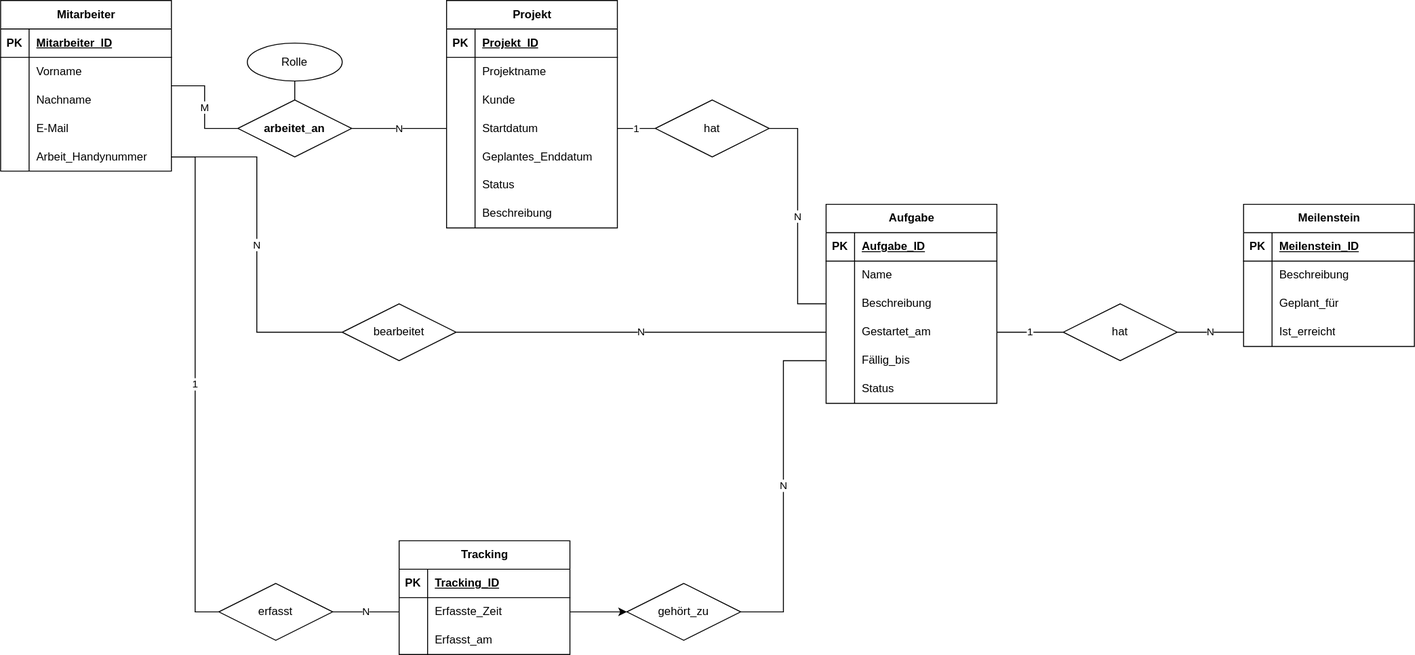
Earlier version of the draw.io export tracking_database_erm.drawio.svg (M1ndflayer/project_tracking_software). Source tidied: cells renumbered, new cells last; positions are measured from the earlier drawing's top-left corner, leaving out a move shared by most shapes.
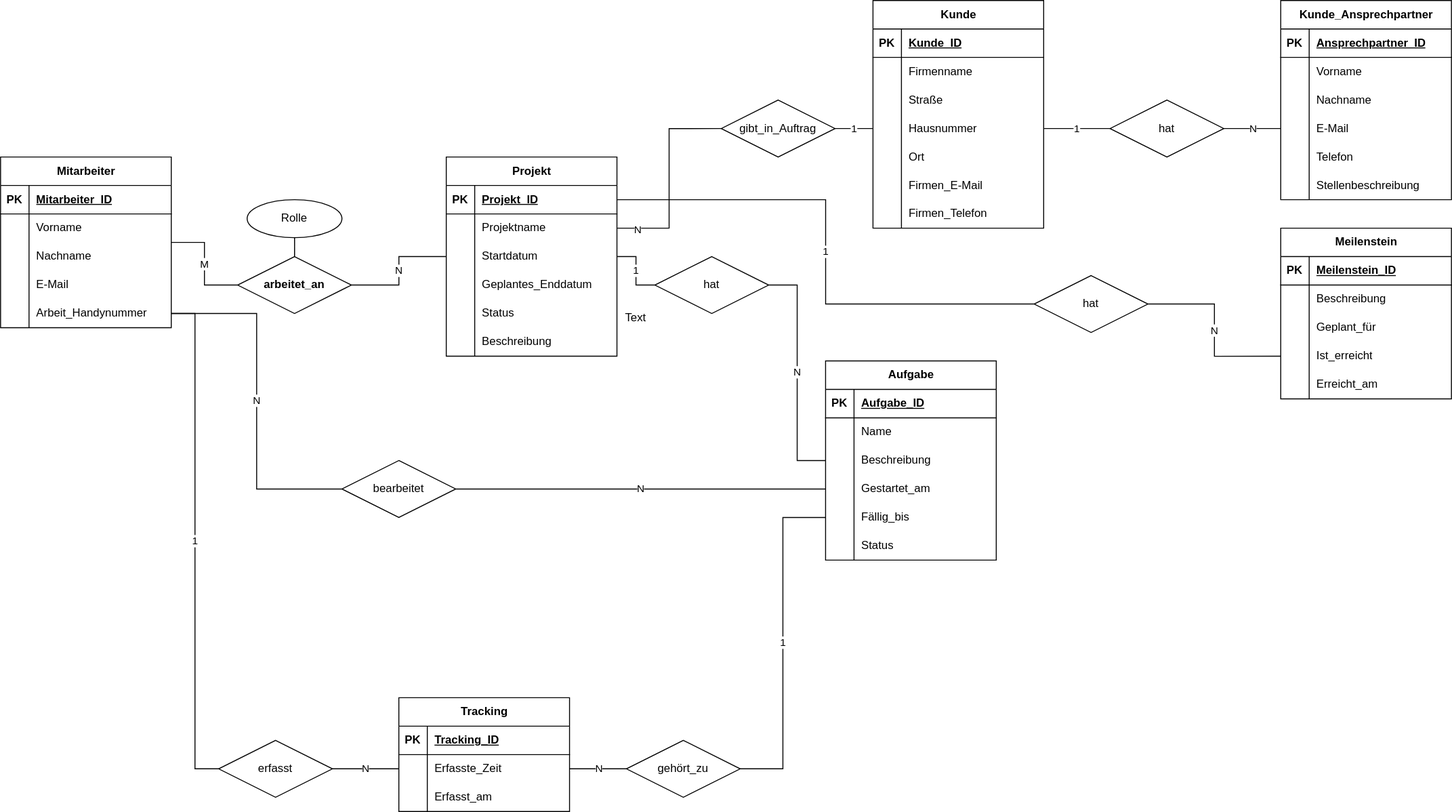
Later version of the same file.

What changed in the source:
```diff
@@ -5,3 +5,3 @@
     <mxCell id="2" value="Projekt" style="shape=table;startSize=30;rowLines=0;fontStyle=1;align=center;html=1;" parent="1" vertex="1">
-      <mxGeometry x="470" width="180" height="240" as="geometry" />
+      <mxGeometry x="470" width="180" height="210" as="geometry" />
     </mxCell>
@@ -25,13 +25,4 @@
     </mxCell>
-    <mxCell id="9" style="shape=tableRow;horizontal=0;startSize=0;swimlaneHead=0;swimlaneBody=0;fillColor=none;top=0;left=0;right=0;bottom=0;" parent="2" vertex="1">
-      <mxGeometry y="90" width="180" height="30" as="geometry" />
-    </mxCell>
-    <mxCell id="10" style="shape=partialRectangle;fillColor=none;top=0;left=0;bottom=0;right=0;overflow=hidden;whiteSpace=wrap;html=1;" parent="9" vertex="1">
-      <mxGeometry width="30" height="30" as="geometry" />
-    </mxCell>
-    <mxCell id="11" value="Kunde" style="shape=partialRectangle;fillColor=none;top=0;left=0;bottom=0;right=0;align=left;spacingLeft=6;overflow=hidden;whiteSpace=wrap;html=1;" parent="9" vertex="1">
-      <mxGeometry x="30" width="150" height="30" as="geometry" />
-    </mxCell>
     <mxCell id="12" style="shape=tableRow;horizontal=0;startSize=0;swimlaneHead=0;swimlaneBody=0;fillColor=none;points=[[0,0.5],[1,0.5]];portConstraint=eastwest;top=0;left=0;right=0;bottom=0;" parent="2" vertex="1">
-      <mxGeometry y="120" width="180" height="30" as="geometry" />
+      <mxGeometry y="90" width="180" height="30" as="geometry" />
     </mxCell>
@@ -44,3 +35,3 @@
     <mxCell id="15" style="shape=tableRow;horizontal=0;startSize=0;swimlaneHead=0;swimlaneBody=0;fillColor=none;top=0;left=0;right=0;bottom=0;" parent="2" vertex="1">
-      <mxGeometry y="150" width="180" height="30" as="geometry" />
+      <mxGeometry y="120" width="180" height="30" as="geometry" />
     </mxCell>
@@ -53,3 +44,3 @@
     <mxCell id="18" style="shape=tableRow;horizontal=0;startSize=0;swimlaneHead=0;swimlaneBody=0;fillColor=none;top=0;left=0;right=0;bottom=0;" parent="2" vertex="1">
-      <mxGeometry y="180" width="180" height="30" as="geometry" />
+      <mxGeometry y="150" width="180" height="30" as="geometry" />
     </mxCell>
@@ -62,3 +53,3 @@
     <mxCell id="21" style="shape=tableRow;horizontal=0;startSize=0;swimlaneHead=0;swimlaneBody=0;fillColor=none;top=0;left=0;right=0;bottom=0;" parent="2" vertex="1">
-      <mxGeometry y="210" width="180" height="30" as="geometry" />
+      <mxGeometry y="180" width="180" height="30" as="geometry" />
     </mxCell>
@@ -179,3 +170,3 @@
     <mxCell id="60" value="Meilenstein" style="shape=table;startSize=30;rowLines=0;fontStyle=1;align=center;html=1;" parent="1" vertex="1">
-      <mxGeometry x="1310" y="215" width="180" height="150" as="geometry" />
+      <mxGeometry x="1350" y="75" width="180" height="180" as="geometry" />
     </mxCell>
@@ -217,2 +208,11 @@
     </mxCell>
+    <mxCell id="105" style="shape=tableRow;horizontal=0;startSize=0;swimlaneHead=0;swimlaneBody=0;fillColor=none;top=0;left=0;right=0;bottom=0;" parent="60" vertex="1">
+      <mxGeometry y="150" width="180" height="30" as="geometry" />
+    </mxCell>
+    <mxCell id="106" style="shape=partialRectangle;fillColor=none;top=0;left=0;bottom=0;right=0;overflow=hidden;whiteSpace=wrap;html=1;" parent="105" vertex="1">
+      <mxGeometry width="30" height="30" as="geometry" />
+    </mxCell>
+    <mxCell id="107" value="Erreicht_am" style="shape=partialRectangle;fillColor=none;top=0;left=0;bottom=0;right=0;align=left;spacingLeft=6;overflow=hidden;whiteSpace=wrap;html=1;" parent="105" vertex="1">
+      <mxGeometry x="30" width="150" height="30" as="geometry" />
+    </mxCell>
     <mxCell id="73" value="Tracking" style="shape=table;startSize=30;rowLines=0;fontStyle=1;align=center;html=1;" parent="1" vertex="1">
@@ -281,8 +281,5 @@
     <mxCell id="94" value="hat" style="shape=rhombus;perimeter=rhombusPerimeter;whiteSpace=wrap;html=1;align=center;" parent="1" vertex="1">
-      <mxGeometry x="1120" y="320" width="120" height="60" as="geometry" />
+      <mxGeometry x="1090" y="125" width="120" height="60" as="geometry" />
     </mxCell>
-    <mxCell id="95" value="1" style="edgeStyle=orthogonalEdgeStyle;rounded=0;jettySize=auto;html=1;exitX=1;exitY=0.5;exitDx=0;exitDy=0;entryX=0;entryY=0.5;entryDx=0;entryDy=0;endArrow=none;startFill=0;" parent="1" edge="1" source="51" target="94">
-      <mxGeometry relative="1" as="geometry" />
-    </mxCell>
-    <mxCell id="96" value="N" style="edgeStyle=orthogonalEdgeStyle;rounded=0;jettySize=auto;html=1;exitX=1;exitY=0.5;exitDx=0;exitDy=0;entryX=0;entryY=0.5;entryDx=0;entryDy=0;endArrow=none;startFill=0;" parent="1" edge="1" source="97" target="54">
+    <mxCell id="96" value="1" style="edgeStyle=orthogonalEdgeStyle;rounded=0;jettySize=auto;html=1;exitX=1;exitY=0.5;exitDx=0;exitDy=0;entryX=0;entryY=0.5;entryDx=0;entryDy=0;endArrow=none;startFill=0;" parent="1" edge="1" source="97" target="54">
       <mxGeometry relative="1" as="geometry" />
@@ -307,3 +304,3 @@
     </mxCell>
-    <mxCell id="103" style="edgeStyle=orthogonalEdgeStyle;rounded=0;jettySize=auto;html=1;exitX=1;exitY=0.5;exitDx=0;exitDy=0;entryX=0;entryY=0.5;entryDx=0;entryDy=0;" parent="1" edge="1" source="77" target="97">
+    <mxCell id="103" value="N" style="edgeStyle=orthogonalEdgeStyle;rounded=0;jettySize=auto;html=1;exitX=1;exitY=0.5;exitDx=0;exitDy=0;entryX=0;entryY=0.5;entryDx=0;entryDy=0;endArrow=none;startFill=0;" parent="1" edge="1" source="77" target="97">
       <mxGeometry relative="1" as="geometry" />
@@ -313,2 +310,154 @@
     </mxCell>
+    <mxCell id="11" value="Kunde" style="shape=table;startSize=30;rowLines=0;fontStyle=1;align=center;html=1;" parent="1" vertex="1">
+      <mxGeometry x="920" y="-165" width="180" height="240" as="geometry" />
+    </mxCell>
+    <mxCell id="108" style="shape=tableRow;horizontal=0;startSize=0;swimlaneHead=0;swimlaneBody=0;fillColor=none;top=0;left=0;right=0;bottom=1;" parent="11" vertex="1">
+      <mxGeometry y="30" width="180" height="30" as="geometry" />
+    </mxCell>
+    <mxCell id="109" value="PK" style="shape=partialRectangle;fillColor=none;top=0;left=0;bottom=0;right=0;fontStyle=1;overflow=hidden;whiteSpace=wrap;html=1;" parent="108" vertex="1">
+      <mxGeometry width="30" height="30" as="geometry" />
+    </mxCell>
+    <mxCell id="110" value="Kunde_ID" style="shape=partialRectangle;fillColor=none;top=0;left=0;bottom=0;right=0;align=left;spacingLeft=6;fontStyle=5;overflow=hidden;whiteSpace=wrap;html=1;" parent="108" vertex="1">
+      <mxGeometry x="30" width="150" height="30" as="geometry" />
+    </mxCell>
+    <mxCell id="111" style="shape=tableRow;horizontal=0;startSize=0;swimlaneHead=0;swimlaneBody=0;fillColor=none;top=0;left=0;right=0;bottom=0;" parent="11" vertex="1">
+      <mxGeometry y="60" width="180" height="30" as="geometry" />
+    </mxCell>
+    <mxCell id="112" style="shape=partialRectangle;fillColor=none;top=0;left=0;bottom=0;right=0;overflow=hidden;whiteSpace=wrap;html=1;" parent="111" vertex="1">
+      <mxGeometry width="30" height="30" as="geometry" />
+    </mxCell>
+    <mxCell id="113" value="Firmenname" style="shape=partialRectangle;fillColor=none;top=0;left=0;bottom=0;right=0;align=left;spacingLeft=6;overflow=hidden;whiteSpace=wrap;html=1;" parent="111" vertex="1">
+      <mxGeometry x="30" width="150" height="30" as="geometry" />
+    </mxCell>
+    <mxCell id="114" style="shape=tableRow;horizontal=0;startSize=0;swimlaneHead=0;swimlaneBody=0;fillColor=none;top=0;left=0;right=0;bottom=0;" parent="11" vertex="1">
+      <mxGeometry y="90" width="180" height="30" as="geometry" />
+    </mxCell>
+    <mxCell id="115" style="shape=partialRectangle;fillColor=none;top=0;left=0;bottom=0;right=0;overflow=hidden;whiteSpace=wrap;html=1;" parent="114" vertex="1">
+      <mxGeometry width="30" height="30" as="geometry" />
+    </mxCell>
+    <mxCell id="116" value="Straße" style="shape=partialRectangle;fillColor=none;top=0;left=0;bottom=0;right=0;align=left;spacingLeft=6;overflow=hidden;whiteSpace=wrap;html=1;" parent="114" vertex="1">
+      <mxGeometry x="30" width="150" height="30" as="geometry" />
+    </mxCell>
+    <mxCell id="117" style="shape=tableRow;horizontal=0;startSize=0;swimlaneHead=0;swimlaneBody=0;fillColor=none;points=[[0,0.5],[1,0.5]];portConstraint=eastwest;top=0;left=0;right=0;bottom=0;" parent="11" vertex="1">
+      <mxGeometry y="120" width="180" height="30" as="geometry" />
+    </mxCell>
+    <mxCell id="118" style="shape=partialRectangle;fillColor=none;top=0;left=0;bottom=0;right=0;overflow=hidden;whiteSpace=wrap;html=1;" parent="117" vertex="1">
+      <mxGeometry width="30" height="30" as="geometry" />
+    </mxCell>
+    <mxCell id="119" value="Hausnummer" style="shape=partialRectangle;fillColor=none;top=0;left=0;bottom=0;right=0;align=left;spacingLeft=6;overflow=hidden;whiteSpace=wrap;html=1;" parent="117" vertex="1">
+      <mxGeometry x="30" width="150" height="30" as="geometry" />
+    </mxCell>
+    <mxCell id="120" style="shape=tableRow;horizontal=0;startSize=0;swimlaneHead=0;swimlaneBody=0;fillColor=none;top=0;left=0;right=0;bottom=0;" parent="11" vertex="1">
+      <mxGeometry y="150" width="180" height="30" as="geometry" />
+    </mxCell>
+    <mxCell id="121" style="shape=partialRectangle;fillColor=none;top=0;left=0;bottom=0;right=0;overflow=hidden;whiteSpace=wrap;html=1;" parent="120" vertex="1">
+      <mxGeometry width="30" height="30" as="geometry" />
+    </mxCell>
+    <mxCell id="122" value="Ort" style="shape=partialRectangle;fillColor=none;top=0;left=0;bottom=0;right=0;align=left;spacingLeft=6;overflow=hidden;whiteSpace=wrap;html=1;" parent="120" vertex="1">
+      <mxGeometry x="30" width="150" height="30" as="geometry" />
+    </mxCell>
+    <mxCell id="123" style="shape=tableRow;horizontal=0;startSize=0;swimlaneHead=0;swimlaneBody=0;fillColor=none;top=0;left=0;right=0;bottom=0;" parent="11" vertex="1">
+      <mxGeometry y="180" width="180" height="30" as="geometry" />
+    </mxCell>
+    <mxCell id="124" style="shape=partialRectangle;fillColor=none;top=0;left=0;bottom=0;right=0;overflow=hidden;whiteSpace=wrap;html=1;" parent="123" vertex="1">
+      <mxGeometry width="30" height="30" as="geometry" />
+    </mxCell>
+    <mxCell id="125" value="Firmen_E-Mail" style="shape=partialRectangle;fillColor=none;top=0;left=0;bottom=0;right=0;align=left;spacingLeft=6;overflow=hidden;whiteSpace=wrap;html=1;" parent="123" vertex="1">
+      <mxGeometry x="30" width="150" height="30" as="geometry" />
+    </mxCell>
+    <mxCell id="126" style="shape=tableRow;horizontal=0;startSize=0;swimlaneHead=0;swimlaneBody=0;fillColor=none;top=0;left=0;right=0;bottom=0;" parent="11" vertex="1">
+      <mxGeometry y="210" width="180" height="30" as="geometry" />
+    </mxCell>
+    <mxCell id="127" style="shape=partialRectangle;fillColor=none;top=0;left=0;bottom=0;right=0;overflow=hidden;whiteSpace=wrap;html=1;" parent="126" vertex="1">
+      <mxGeometry width="30" height="30" as="geometry" />
+    </mxCell>
+    <mxCell id="128" value="Firmen_Telefon" style="shape=partialRectangle;fillColor=none;top=0;left=0;bottom=0;right=0;align=left;spacingLeft=6;overflow=hidden;whiteSpace=wrap;html=1;" parent="126" vertex="1">
+      <mxGeometry x="30" width="150" height="30" as="geometry" />
+    </mxCell>
+    <mxCell id="129" value="Kunde_Ansprechpartner" style="shape=table;startSize=30;rowLines=0;fontStyle=1;align=center;html=1;" parent="1" vertex="1">
+      <mxGeometry x="1350" y="-165" width="180" height="210" as="geometry" />
+    </mxCell>
+    <mxCell id="130" style="shape=tableRow;horizontal=0;startSize=0;swimlaneHead=0;swimlaneBody=0;fillColor=none;top=0;left=0;right=0;bottom=1;" parent="129" vertex="1">
+      <mxGeometry y="30" width="180" height="30" as="geometry" />
+    </mxCell>
+    <mxCell id="131" value="PK" style="shape=partialRectangle;fillColor=none;top=0;left=0;bottom=0;right=0;fontStyle=1;overflow=hidden;whiteSpace=wrap;html=1;" parent="130" vertex="1">
+      <mxGeometry width="30" height="30" as="geometry" />
+    </mxCell>
+    <mxCell id="132" value="Ansprechpartner_ID" style="shape=partialRectangle;fillColor=none;top=0;left=0;bottom=0;right=0;align=left;spacingLeft=6;fontStyle=5;overflow=hidden;whiteSpace=wrap;html=1;" parent="130" vertex="1">
+      <mxGeometry x="30" width="150" height="30" as="geometry" />
+    </mxCell>
+    <mxCell id="133" style="shape=tableRow;horizontal=0;startSize=0;swimlaneHead=0;swimlaneBody=0;fillColor=none;top=0;left=0;right=0;bottom=0;" parent="129" vertex="1">
+      <mxGeometry y="60" width="180" height="30" as="geometry" />
+    </mxCell>
+    <mxCell id="134" style="shape=partialRectangle;fillColor=none;top=0;left=0;bottom=0;right=0;overflow=hidden;whiteSpace=wrap;html=1;" parent="133" vertex="1">
+      <mxGeometry width="30" height="30" as="geometry" />
+    </mxCell>
+    <mxCell id="135" value="Vorname" style="shape=partialRectangle;fillColor=none;top=0;left=0;bottom=0;right=0;align=left;spacingLeft=6;overflow=hidden;whiteSpace=wrap;html=1;" parent="133" vertex="1">
+      <mxGeometry x="30" width="150" height="30" as="geometry" />
+    </mxCell>
+    <mxCell id="136" style="shape=tableRow;horizontal=0;startSize=0;swimlaneHead=0;swimlaneBody=0;fillColor=none;top=0;left=0;right=0;bottom=0;" parent="129" vertex="1">
+      <mxGeometry y="90" width="180" height="30" as="geometry" />
+    </mxCell>
+    <mxCell id="137" style="shape=partialRectangle;fillColor=none;top=0;left=0;bottom=0;right=0;overflow=hidden;whiteSpace=wrap;html=1;" parent="136" vertex="1">
+      <mxGeometry width="30" height="30" as="geometry" />
+    </mxCell>
+    <mxCell id="138" value="Nachname" style="shape=partialRectangle;fillColor=none;top=0;left=0;bottom=0;right=0;align=left;spacingLeft=6;overflow=hidden;whiteSpace=wrap;html=1;" parent="136" vertex="1">
+      <mxGeometry x="30" width="150" height="30" as="geometry" />
+    </mxCell>
+    <mxCell id="139" style="shape=tableRow;horizontal=0;startSize=0;swimlaneHead=0;swimlaneBody=0;fillColor=none;points=[[0,0.5],[1,0.5]];portConstraint=eastwest;top=0;left=0;right=0;bottom=0;" parent="129" vertex="1">
+      <mxGeometry y="120" width="180" height="30" as="geometry" />
+    </mxCell>
+    <mxCell id="140" style="shape=partialRectangle;fillColor=none;top=0;left=0;bottom=0;right=0;overflow=hidden;whiteSpace=wrap;html=1;" parent="139" vertex="1">
+      <mxGeometry width="30" height="30" as="geometry" />
+    </mxCell>
+    <mxCell id="141" value="E-Mail" style="shape=partialRectangle;fillColor=none;top=0;left=0;bottom=0;right=0;align=left;spacingLeft=6;overflow=hidden;whiteSpace=wrap;html=1;" parent="139" vertex="1">
+      <mxGeometry x="30" width="150" height="30" as="geometry" />
+    </mxCell>
+    <mxCell id="142" style="shape=tableRow;horizontal=0;startSize=0;swimlaneHead=0;swimlaneBody=0;fillColor=none;top=0;left=0;right=0;bottom=0;" parent="129" vertex="1">
+      <mxGeometry y="150" width="180" height="30" as="geometry" />
+    </mxCell>
+    <mxCell id="143" style="shape=partialRectangle;fillColor=none;top=0;left=0;bottom=0;right=0;overflow=hidden;whiteSpace=wrap;html=1;" parent="142" vertex="1">
+      <mxGeometry width="30" height="30" as="geometry" />
+    </mxCell>
+    <mxCell id="144" value="Telefon" style="shape=partialRectangle;fillColor=none;top=0;left=0;bottom=0;right=0;align=left;spacingLeft=6;overflow=hidden;whiteSpace=wrap;html=1;" parent="142" vertex="1">
+      <mxGeometry x="30" width="150" height="30" as="geometry" />
+    </mxCell>
+    <mxCell id="145" style="shape=tableRow;horizontal=0;startSize=0;swimlaneHead=0;swimlaneBody=0;fillColor=none;top=0;left=0;right=0;bottom=0;" parent="129" vertex="1">
+      <mxGeometry y="180" width="180" height="30" as="geometry" />
+    </mxCell>
+    <mxCell id="146" style="shape=partialRectangle;fillColor=none;top=0;left=0;bottom=0;right=0;overflow=hidden;whiteSpace=wrap;html=1;" parent="145" vertex="1">
+      <mxGeometry width="30" height="30" as="geometry" />
+    </mxCell>
+    <mxCell id="147" value="Stellenbeschreibung" style="shape=partialRectangle;fillColor=none;top=0;left=0;bottom=0;right=0;align=left;spacingLeft=6;overflow=hidden;whiteSpace=wrap;html=1;" parent="145" vertex="1">
+      <mxGeometry x="30" width="150" height="30" as="geometry" />
+    </mxCell>
+    <mxCell id="148" value="1" style="edgeStyle=orthogonalEdgeStyle;rounded=0;jettySize=auto;html=1;exitX=1;exitY=0.5;exitDx=0;exitDy=0;entryX=0;entryY=0.5;entryDx=0;entryDy=0;endArrow=none;startFill=0;" parent="1" edge="1" source="149" target="117">
+      <mxGeometry relative="1" as="geometry" />
+    </mxCell>
+    <mxCell id="149" value="gibt_in_Auftrag" style="shape=rhombus;perimeter=rhombusPerimeter;whiteSpace=wrap;html=1;align=center;" parent="1" vertex="1">
+      <mxGeometry x="760" y="-60" width="120" height="60" as="geometry" />
+    </mxCell>
+    <mxCell id="150" style="edgeStyle=orthogonalEdgeStyle;rounded=0;jettySize=auto;html=1;exitX=1;exitY=0.5;exitDx=0;exitDy=0;entryX=0;entryY=0.5;entryDx=0;entryDy=0;endArrow=none;startFill=0;" parent="1" edge="1" source="6" target="149">
+      <mxGeometry relative="1" as="geometry" />
+    </mxCell>
+    <mxCell id="151" value="N" style="edgeLabel;html=1;align=center;verticalAlign=middle;" parent="150" vertex="1">
+      <mxGeometry x="-0.8" y="-1" relative="1" as="geometry">
+        <mxPoint x="-1" as="offset" />
+      </mxGeometry>
+    </mxCell>
+    <mxCell id="152" value="N" style="edgeStyle=orthogonalEdgeStyle;rounded=0;jettySize=auto;html=1;exitX=1;exitY=0.5;exitDx=0;exitDy=0;entryX=0;entryY=0.5;entryDx=0;entryDy=0;endArrow=none;startFill=0;" parent="1" edge="1" source="153" target="139">
+      <mxGeometry relative="1" as="geometry" />
+    </mxCell>
+    <mxCell id="153" value="hat" style="shape=rhombus;perimeter=rhombusPerimeter;whiteSpace=wrap;html=1;align=center;" parent="1" vertex="1">
+      <mxGeometry x="1170" y="-60" width="120" height="60" as="geometry" />
+    </mxCell>
+    <mxCell id="154" value="1" style="edgeStyle=orthogonalEdgeStyle;rounded=0;jettySize=auto;html=1;exitX=1;exitY=0.5;exitDx=0;exitDy=0;entryX=0;entryY=0.5;entryDx=0;entryDy=0;endArrow=none;startFill=0;" parent="1" edge="1" source="117" target="153">
+      <mxGeometry relative="1" as="geometry" />
+    </mxCell>
+    <mxCell id="155" value="Text" style="text;strokeColor=none;align=center;fillColor=none;html=1;verticalAlign=middle;whiteSpace=wrap;rounded=0;" parent="1" vertex="1">
+      <mxGeometry x="640" y="155" width="60" height="30" as="geometry" />
+    </mxCell>
+    <mxCell id="156" value="1" style="edgeStyle=orthogonalEdgeStyle;rounded=0;jettySize=auto;html=1;exitX=1;exitY=0.5;exitDx=0;exitDy=0;entryX=0;entryY=0.5;entryDx=0;entryDy=0;endArrow=none;startFill=0;" parent="1" edge="1" source="3" target="94">
+      <mxGeometry relative="1" as="geometry" />
+    </mxCell>
   </root>
```
